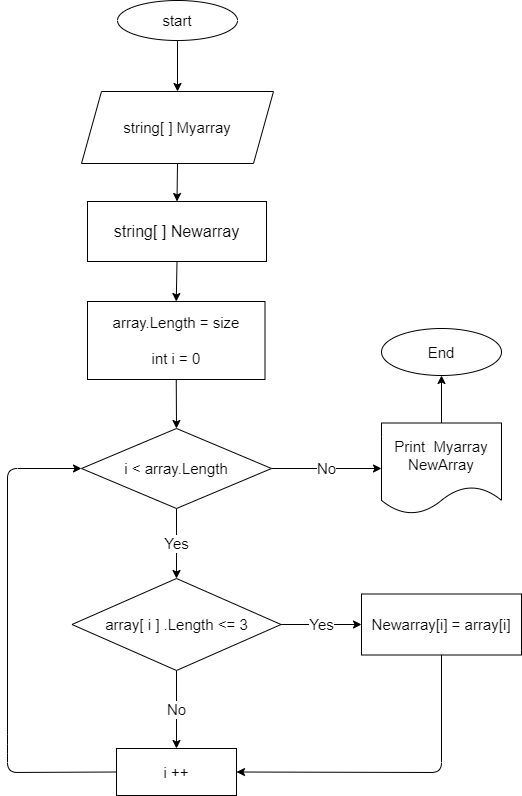
This is Scheme.drawio.png from NPshenichnikov/Final_Test, a draw.io export, as it was before one commit. Source tidied: cells renumbered, new cells last; positions are measured from the earlier drawing's top-left corner, leaving out a move shared by most shapes.
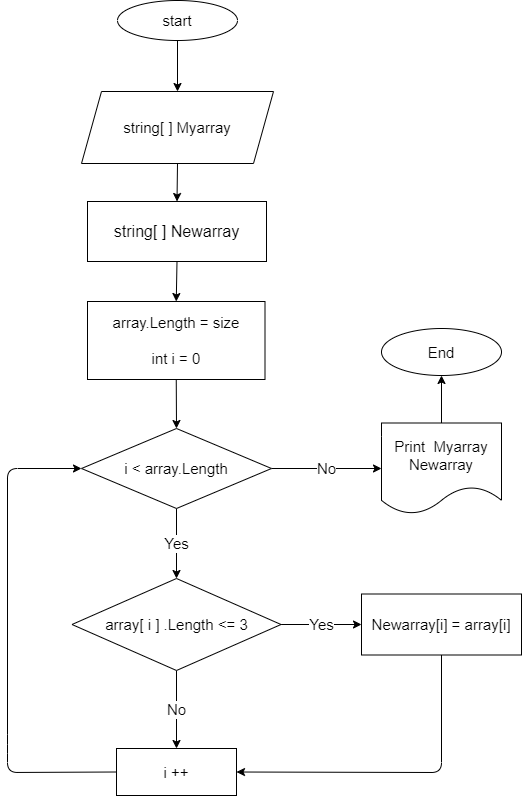
The same file after the commit.

Commit message:
Исправил print в блок-схеме

Diff of the diagram source:
```diff
@@ -41,7 +41,7 @@
     <mxCell id="14" style="edgeStyle=none;html=1;fontSize=15;strokeWidth=1;" parent="1" edge="1" source="15" target="21">
       <mxGeometry relative="1" as="geometry" />
     </mxCell>
-    <mxCell id="15" value="Print&amp;nbsp; Myarray NewArray" style="shape=document;whiteSpace=wrap;html=1;boundedLbl=1;fontSize=15;" parent="1" vertex="1">
+    <mxCell id="15" value="Print&amp;nbsp; Myarray Newarray" style="shape=document;whiteSpace=wrap;html=1;boundedLbl=1;fontSize=15;" parent="1" vertex="1">
       <mxGeometry x="374" y="422.5" width="120" height="91" as="geometry" />
     </mxCell>
     <mxCell id="16" style="edgeStyle=none;html=1;fontSize=15;" parent="1" edge="1">
```
